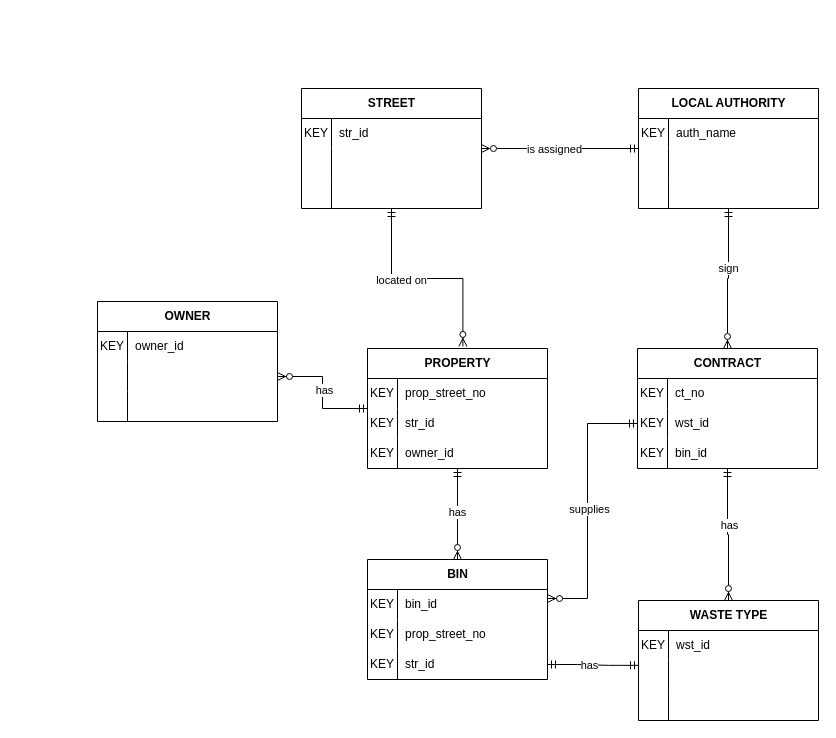
Earlier version of the draw.io diagram page "Entities and Keys" (1 of 3) of Assignments/Ass1/ca_conceptual.drawio (aanv0002/bigrig-movers-sql-database). Source tidied: cells renumbered, new cells numbered last; positions are measured from the earlier drawing's top-left corner, leaving out a move shared by most shapes. Both pictures are drawn from the tidied source at 100%, with x=0, y=0 at pixel (97, 88).
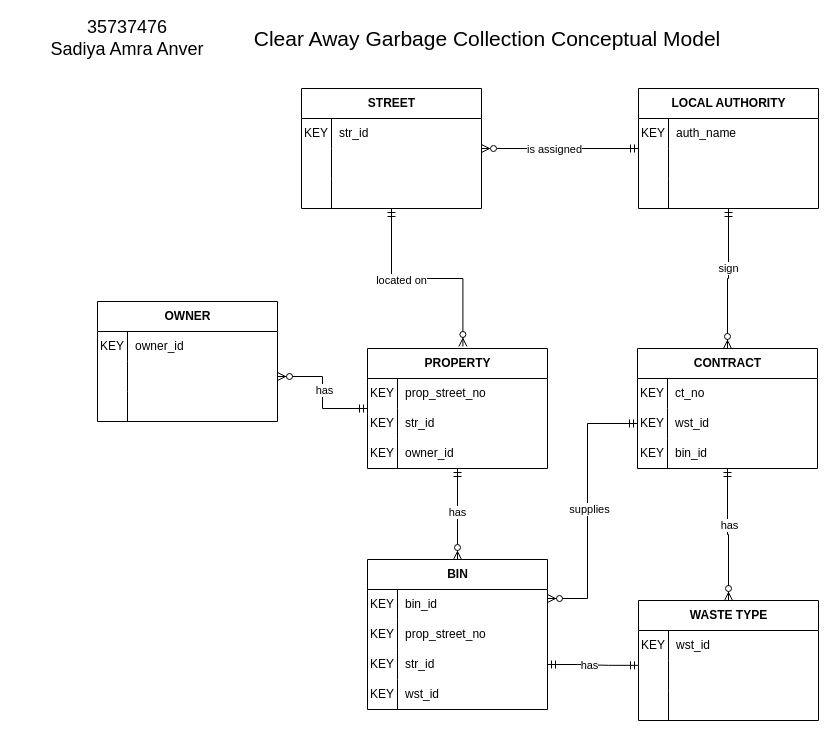
The same diagram, later.

Commit message (it also covers changes not shown here):
Added name, student id and heading to Model, added missing key attrubute to BIN - waste type id.

Diff of the diagram source:
```diff
@@
     <mxCell id="42" value="BIN" style="shape=table;startSize=30;childLayout=tableLayout;rowLines=0;fontStyle=1;align=center;html=1;" parent="1" vertex="1">
-      <mxGeometry x="270" y="471" width="180" height="120" as="geometry" />
+      <mxGeometry x="270" y="471" width="180" height="150" as="geometry" />
     </mxCell>
@@
+    <mxCell id="88" style="shape=tableRow;horizontal=0;startSize=0;swimlaneHead=0;swimlaneBody=0;fillColor=none;top=0;left=0;right=0;bottom=0;" parent="42" vertex="1">
+      <mxGeometry y="120" width="180" height="30" as="geometry" />
+    </mxCell>
+    <mxCell id="89" value="KEY" style="shape=partialRectangle;fillColor=none;top=0;left=0;bottom=0;right=0;overflow=hidden;whiteSpace=wrap;html=1;" parent="88" vertex="1">
+      <mxGeometry width="30" height="30" as="geometry" />
+    </mxCell>
+    <mxCell id="90" value="wst_id" style="shape=partialRectangle;fillColor=none;top=0;left=0;bottom=0;right=0;align=left;spacingLeft=6;overflow=hidden;whiteSpace=wrap;html=1;" parent="88" vertex="1">
+      <mxGeometry x="30" width="150" height="30" as="geometry" />
+    </mxCell>
@@
+    <mxCell id="91" value="35737476&lt;div&gt;Sadiya Amra Anver&lt;/div&gt;" style="text;html=1;whiteSpace=wrap;strokeColor=none;fillColor=none;align=center;verticalAlign=middle;rounded=0;fontSize=18;" parent="1" vertex="1">
+      <mxGeometry x="-80" y="-65" width="220" height="30" as="geometry" />
+    </mxCell>
+    <mxCell id="92" value="Clear Away Garbage Collection Conceptual Model" style="text;html=1;whiteSpace=wrap;strokeColor=none;fillColor=none;align=center;verticalAlign=middle;rounded=0;fontSize=21;" parent="1" vertex="1">
+      <mxGeometry x="130" y="-65" width="520" height="30" as="geometry" />
+    </mxCell>
```
